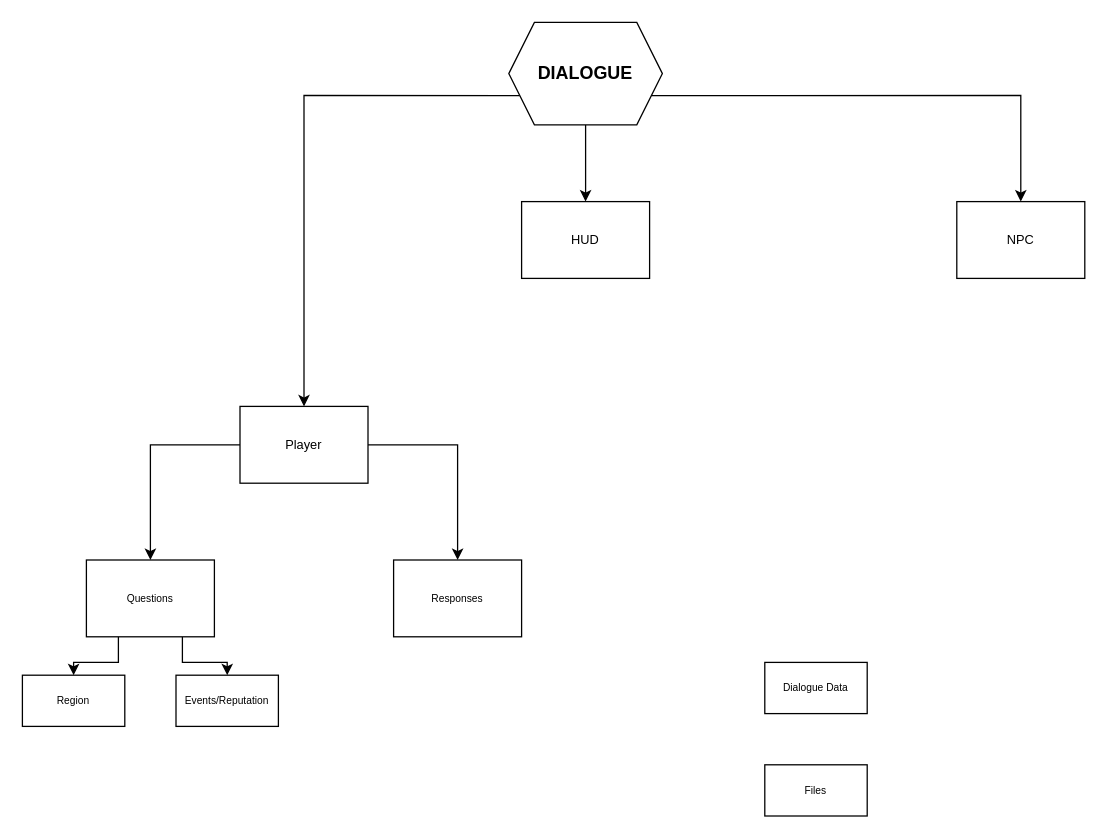
The draw.io diagram Notes/Charts/Dialogue.drawio in ChrisGlenn/Taelus, before the edit. Source tidied: cells renumbered, new cells numbered last; positions are measured from the earlier drawing's top-left corner, leaving out a move shared by most shapes. Both pictures are drawn from the tidied source at 128%, with x=0, y=0 at pixel (22, 22).
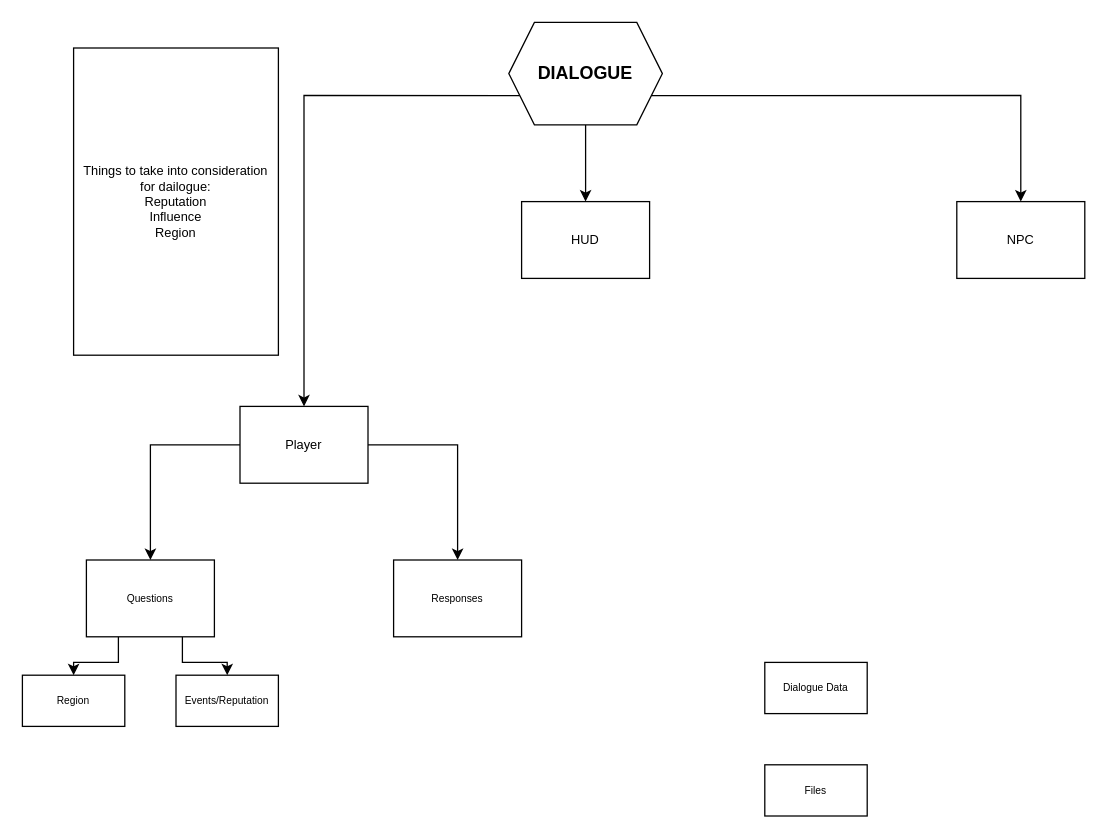
Above is the later version.

Change to the diagram source:
```diff
@@
 <mxGraphModel>
   <root>
     <mxCell id="0" />
     <mxCell id="1" parent="0" />
     <mxCell id="2" style="edgeStyle=orthogonalEdgeStyle;rounded=0;jettySize=auto;html=1;exitX=0;exitY=0.75;exitDx=0;exitDy=0;" parent="1" edge="1" source="5" target="8">
       <mxGeometry relative="1" as="geometry" />
     </mxCell>
     <mxCell id="3" style="edgeStyle=orthogonalEdgeStyle;rounded=0;jettySize=auto;html=1;exitX=1;exitY=0.75;exitDx=0;exitDy=0;entryX=0.5;entryY=0;entryDx=0;entryDy=0;" parent="1" edge="1" source="5" target="9">
       <mxGeometry relative="1" as="geometry" />
     </mxCell>
     <mxCell id="4" style="edgeStyle=orthogonalEdgeStyle;rounded=0;jettySize=auto;html=1;exitX=0.5;exitY=1;exitDx=0;exitDy=0;entryX=0.5;entryY=0;entryDx=0;entryDy=0;" parent="1" edge="1" source="5" target="10">
       <mxGeometry relative="1" as="geometry" />
     </mxCell>
     <mxCell id="5" value="DIALOGUE" style="shape=hexagon;perimeter=hexagonPerimeter2;whiteSpace=wrap;html=1;fixedSize=1;fontSize=14;fontStyle=1;" parent="1" vertex="1">
       <mxGeometry x="380" width="120" height="80" as="geometry" />
     </mxCell>
     <mxCell id="6" style="edgeStyle=orthogonalEdgeStyle;rounded=0;jettySize=auto;html=1;exitX=0;exitY=0.5;exitDx=0;exitDy=0;entryX=0.5;entryY=0;entryDx=0;entryDy=0;" parent="1" edge="1" source="8" target="13">
       <mxGeometry relative="1" as="geometry" />
     </mxCell>
     <mxCell id="7" style="edgeStyle=orthogonalEdgeStyle;rounded=0;jettySize=auto;html=1;exitX=1;exitY=0.5;exitDx=0;exitDy=0;entryX=0.5;entryY=0;entryDx=0;entryDy=0;" parent="1" edge="1" source="8" target="14">
       <mxGeometry relative="1" as="geometry" />
     </mxCell>
     <mxCell id="8" value="Player" style="rounded=0;whiteSpace=wrap;html=1;fontSize=10;" parent="1" vertex="1">
       <mxGeometry x="170" y="300" width="100" height="60" as="geometry" />
     </mxCell>
     <mxCell id="9" value="NPC" style="rounded=0;whiteSpace=wrap;html=1;fontSize=10;" parent="1" vertex="1">
       <mxGeometry x="730" y="140" width="100" height="60" as="geometry" />
     </mxCell>
     <mxCell id="10" value="HUD" style="rounded=0;whiteSpace=wrap;html=1;fontSize=10;" parent="1" vertex="1">
       <mxGeometry x="390" y="140" width="100" height="60" as="geometry" />
     </mxCell>
     <mxCell id="11" style="edgeStyle=orthogonalEdgeStyle;rounded=0;jettySize=auto;html=1;exitX=0.25;exitY=1;exitDx=0;exitDy=0;entryX=0.5;entryY=0;entryDx=0;entryDy=0;" parent="1" edge="1" source="13" target="15">
       <mxGeometry relative="1" as="geometry" />
     </mxCell>
     <mxCell id="12" style="edgeStyle=orthogonalEdgeStyle;rounded=0;jettySize=auto;html=1;exitX=0.75;exitY=1;exitDx=0;exitDy=0;entryX=0.5;entryY=0;entryDx=0;entryDy=0;" parent="1" edge="1" source="13" target="16">
       <mxGeometry relative="1" as="geometry" />
     </mxCell>
     <mxCell id="13" value="Questions" style="rounded=0;whiteSpace=wrap;html=1;fontSize=8;" parent="1" vertex="1">
       <mxGeometry x="50" y="420" width="100" height="60" as="geometry" />
     </mxCell>
     <mxCell id="14" value="Responses" style="rounded=0;whiteSpace=wrap;html=1;fontSize=8;" parent="1" vertex="1">
       <mxGeometry x="290" y="420" width="100" height="60" as="geometry" />
     </mxCell>
     <mxCell id="15" value="Region" style="rounded=0;whiteSpace=wrap;html=1;fontSize=8;" parent="1" vertex="1">
       <mxGeometry y="510" width="80" height="40" as="geometry" />
     </mxCell>
     <mxCell id="16" value="Events/Reputation" style="rounded=0;whiteSpace=wrap;html=1;fontSize=8;" parent="1" vertex="1">
       <mxGeometry x="120" y="510" width="80" height="40" as="geometry" />
     </mxCell>
     <mxCell id="17" value="Dialogue Data" style="rounded=0;whiteSpace=wrap;html=1;fontSize=8;" parent="1" vertex="1">
       <mxGeometry x="580" y="500" width="80" height="40" as="geometry" />
     </mxCell>
     <mxCell id="18" value="Files" style="rounded=0;whiteSpace=wrap;html=1;fontSize=8;" parent="1" vertex="1">
       <mxGeometry x="580" y="580" width="80" height="40" as="geometry" />
     </mxCell>
+    <mxCell id="19" value="Things to take into consideration for dailogue:&lt;div&gt;&lt;div&gt;Reputation&lt;/div&gt;&lt;div&gt;Influence&lt;/div&gt;&lt;div&gt;Region&lt;/div&gt;&lt;/div&gt;" style="rounded=0;whiteSpace=wrap;html=1;fontSize=10;" parent="1" vertex="1">
+      <mxGeometry x="40" y="20" width="160" height="240" as="geometry" />
+    </mxCell>
   </root>
 </mxGraphModel>
```
